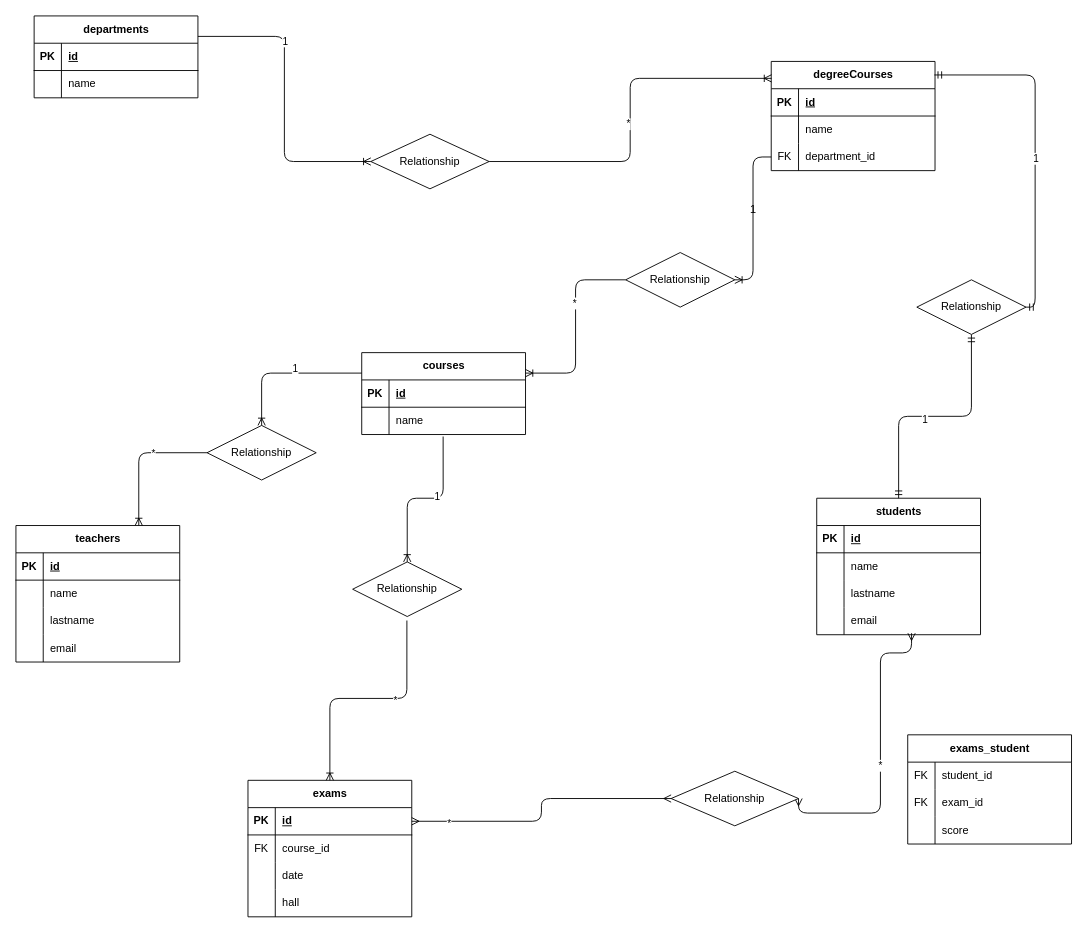
This is university.DRAWIO from NavodContrath/db-university, a draw.io file, before an edit. Source tidied: cells renumbered, new cells numbered last; positions are measured from the earlier drawing's top-left corner, leaving out a move shared by most shapes. Both pictures are drawn from the tidied source at 91%, with x=0, y=0 at pixel (15, 15).
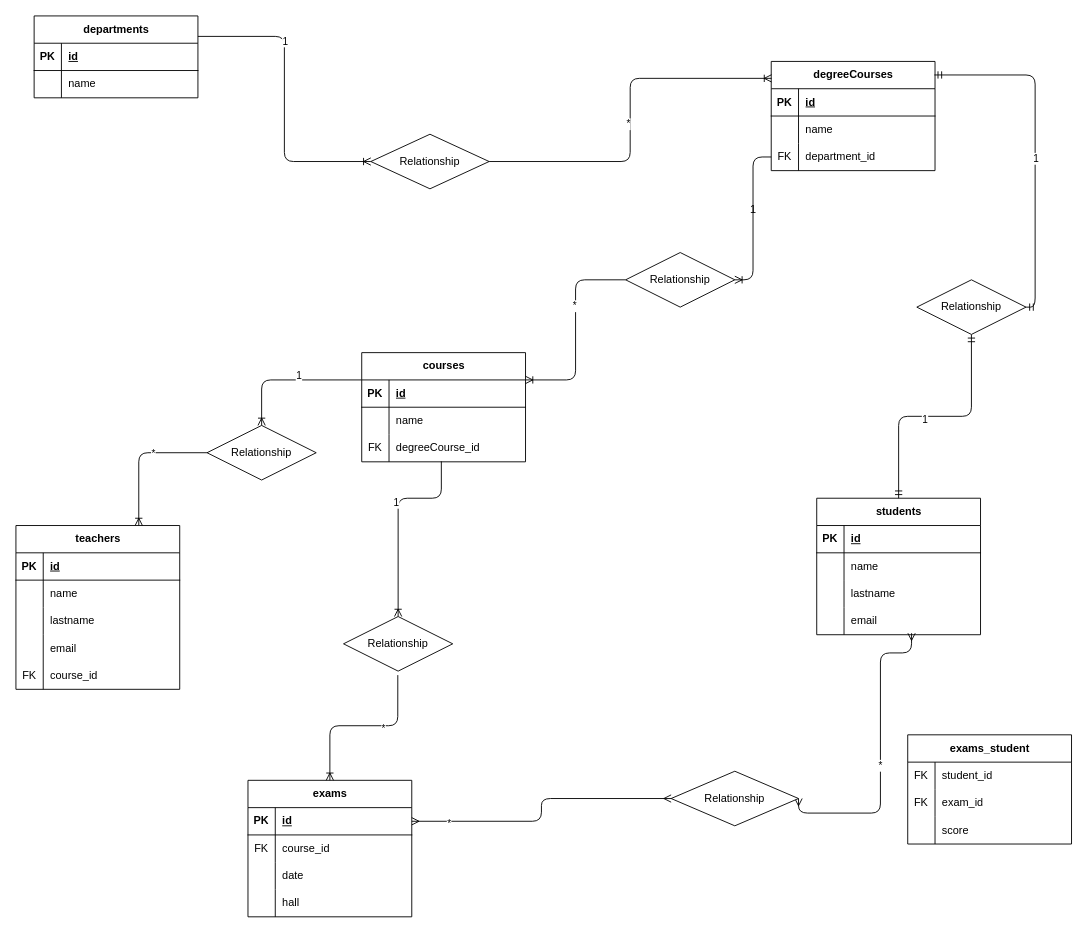
After the change.

Commit message (it also covers changes not shown here):
feat: update database schema in README and diagram to include degreeCourses_id foreign key

Unchanged cells that the change refers to:
```xml
<mxCell id="23" style="shape=tableRow;horizontal=0;startSize=0;swimlaneHead=0;swimlaneBody=0;fillColor=none;points=[[0,0.5],[1,0.5]];portConstraint=eastwest;top=0;left=0;right=0;bottom=0;" parent="19" vertex="1">
  <mxGeometry y="60" width="180" height="30" as="geometry" />
</mxCell>
```

The edit, as a diff of the source:
```diff
@@
     <mxCell id="19" value="courses" style="shape=table;startSize=30;childLayout=tableLayout;rowLines=0;fontStyle=1;align=center;html=1;" parent="1" vertex="1">
-      <mxGeometry x="380" y="370" width="180" height="90" as="geometry" />
+      <mxGeometry x="380" y="370" width="180" height="120" as="geometry" />
     </mxCell>
@@
+    <mxCell id="105" style="shape=tableRow;horizontal=0;startSize=0;swimlaneHead=0;swimlaneBody=0;fillColor=none;points=[[0,0.5],[1,0.5]];portConstraint=eastwest;top=0;left=0;right=0;bottom=0;" parent="19" vertex="1">
+      <mxGeometry y="90" width="180" height="30" as="geometry" />
+    </mxCell>
+    <mxCell id="106" value="FK" style="shape=partialRectangle;fillColor=none;top=0;left=0;bottom=0;right=0;overflow=hidden;whiteSpace=wrap;html=1;" parent="105" vertex="1">
+      <mxGeometry width="30" height="30" as="geometry" />
+    </mxCell>
+    <mxCell id="107" value="degreeCourse_id" style="shape=partialRectangle;fillColor=none;top=0;left=0;bottom=0;right=0;align=left;spacingLeft=6;overflow=hidden;whiteSpace=wrap;html=1;" parent="105" vertex="1">
+      <mxGeometry x="30" width="150" height="30" as="geometry" />
+    </mxCell>
     <mxCell id="26" value="teachers" style="shape=table;startSize=30;childLayout=tableLayout;rowLines=0;fontStyle=1;align=center;html=1;" parent="1" vertex="1">
-      <mxGeometry y="560" width="180" height="150" as="geometry" />
+      <mxGeometry y="560" width="180" height="180" as="geometry" />
     </mxCell>
@@
+    <mxCell id="108" style="shape=tableRow;horizontal=0;startSize=0;swimlaneHead=0;swimlaneBody=0;fillColor=none;top=0;left=0;right=0;bottom=0;" parent="26" vertex="1">
+      <mxGeometry y="120" width="180" height="30" as="geometry" />
+    </mxCell>
+    <mxCell id="109" style="shape=partialRectangle;fillColor=none;top=0;left=0;bottom=0;right=0;overflow=hidden;whiteSpace=wrap;html=1;" parent="108" vertex="1">
+      <mxGeometry width="30" height="30" as="geometry" />
+    </mxCell>
+    <mxCell id="110" value="email" style="shape=partialRectangle;fillColor=none;top=0;left=0;bottom=0;right=0;align=left;spacingLeft=6;overflow=hidden;whiteSpace=wrap;html=1;" parent="108" vertex="1">
+      <mxGeometry x="30" width="150" height="30" as="geometry" />
+    </mxCell>
     <mxCell id="36" style="shape=tableRow;horizontal=0;startSize=0;swimlaneHead=0;swimlaneBody=0;fillColor=none;top=0;left=0;right=0;bottom=0;" parent="26" vertex="1">
-      <mxGeometry y="120" width="180" height="30" as="geometry" />
+      <mxGeometry y="150" width="180" height="30" as="geometry" />
     </mxCell>
-    <mxCell id="37" style="shape=partialRectangle;fillColor=none;top=0;left=0;bottom=0;right=0;overflow=hidden;whiteSpace=wrap;html=1;" parent="36" vertex="1">
+    <mxCell id="37" value="FK" style="shape=partialRectangle;fillColor=none;top=0;left=0;bottom=0;right=0;overflow=hidden;whiteSpace=wrap;html=1;" parent="36" vertex="1">
       <mxGeometry width="30" height="30" as="geometry" />
     </mxCell>
-    <mxCell id="38" value="email" style="shape=partialRectangle;fillColor=none;top=0;left=0;bottom=0;right=0;align=left;spacingLeft=6;overflow=hidden;whiteSpace=wrap;html=1;" parent="36" vertex="1">
+    <mxCell id="38" value="course_id" style="shape=partialRectangle;fillColor=none;top=0;left=0;bottom=0;right=0;align=left;spacingLeft=6;overflow=hidden;whiteSpace=wrap;html=1;" parent="36" vertex="1">
       <mxGeometry x="30" width="150" height="30" as="geometry" />
     </mxCell>
@@
-    <mxCell id="72" style="edgeStyle=orthogonalEdgeStyle;fontSize=12;html=1;endArrow=ERoneToMany;exitX=0.497;exitY=1.073;exitDx=0;exitDy=0;exitPerimeter=0;entryX=0.5;entryY=0;entryDx=0;entryDy=0;" parent="1" edge="1" source="23" target="74">
+    <mxCell id="72" style="edgeStyle=orthogonalEdgeStyle;fontSize=12;html=1;endArrow=ERoneToMany;entryX=0.5;entryY=0;entryDx=0;entryDy=0;exitX=0.486;exitY=0.983;exitDx=0;exitDy=0;exitPerimeter=0;" parent="1" edge="1" source="105" target="74">
       <mxGeometry relative="1" as="geometry">
         <Array as="points">
-          <mxPoint x="470" y="530" />
-          <mxPoint x="430" y="530" />
+          <mxPoint x="468" y="530" />
+          <mxPoint x="420" y="530" />
         </Array>
       </mxGeometry>
     </mxCell>
@@
     <mxCell id="74" value="Relationship" style="shape=rhombus;perimeter=rhombusPerimeter;whiteSpace=wrap;html=1;align=center;" parent="1" vertex="1">
-      <mxGeometry x="370" y="600" width="120" height="60" as="geometry" />
+      <mxGeometry x="360" y="660" width="120" height="60" as="geometry" />
     </mxCell>
```
